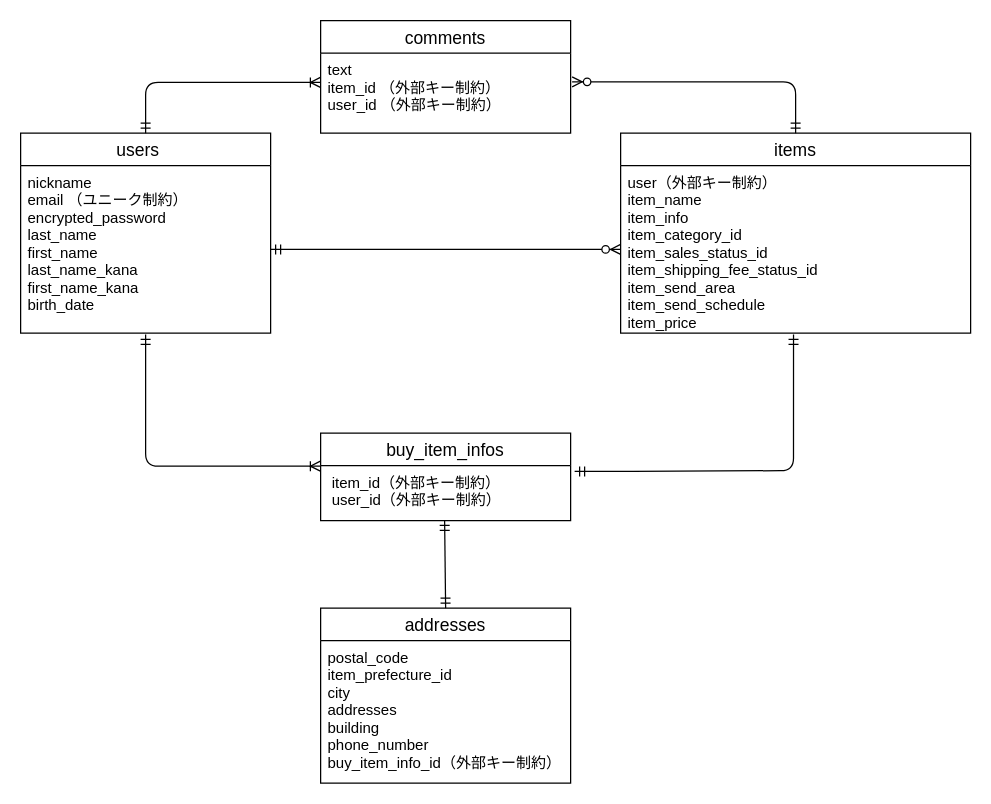
The draw.io diagram FURIMA.dio in tanabata000/furima-36875, before the edit. Source tidied: cells renumbered, new cells numbered last; positions are measured from the earlier drawing's top-left corner, leaving out a move shared by most shapes. Both pictures are drawn from the tidied source at 125%, with x=0, y=0 at pixel (20, 20).
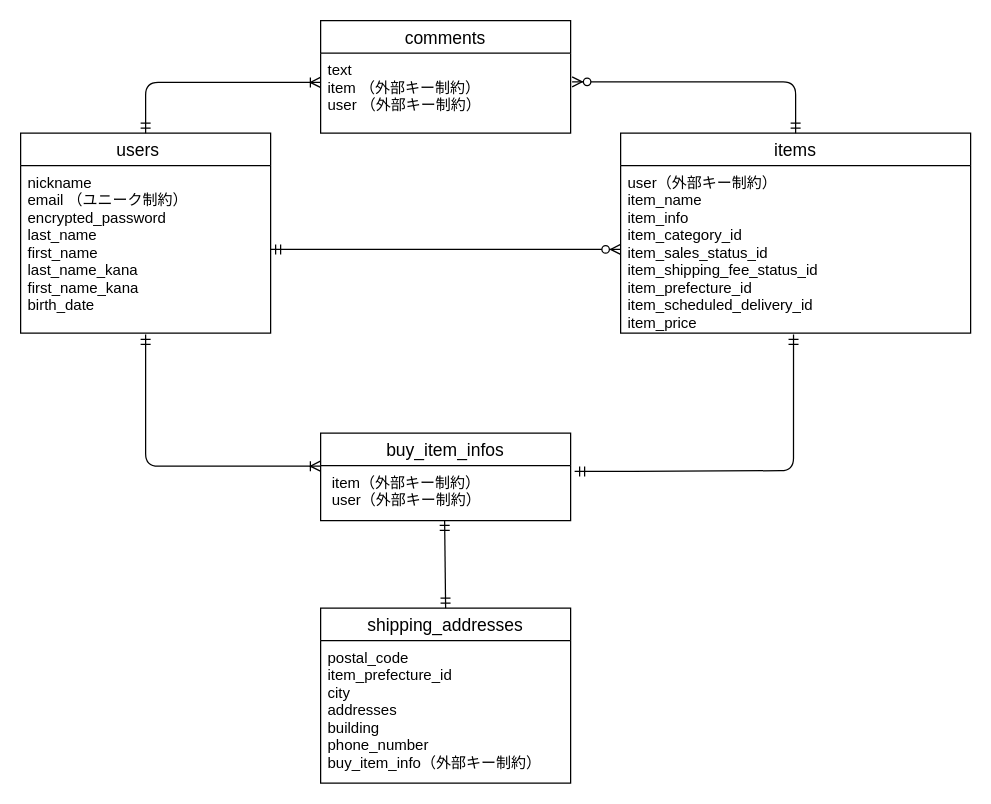
Above is the later version.

Commit message (it also covers changes not shown here):
テーブル設計（修正04）

外部キー制約でカラムをreferences型にすると
_idが自動的につく。
ActiveHashを使用する場合はinteger型で
_idを手動でつける必要がある

Unchanged cells that the change refers to:
```xml
<mxCell id="4" value="items" style="swimlane;fontStyle=0;horizontal=1;startSize=26;align=center;fontSize=14;" parent="1" vertex="1">
  <mxGeometry x="480" y="90" width="280" height="160" as="geometry" />
</mxCell>
<mxCell id="6" value="comments" style="swimlane;fontStyle=0;horizontal=1;startSize=26;align=center;fontSize=14;" parent="1" vertex="1">
  <mxGeometry x="240" width="200" height="90" as="geometry" />
</mxCell>
<mxCell id="10" value="buy_item_infos" style="swimlane;fontStyle=0;horizontal=1;startSize=26;align=center;fontSize=14;" parent="1" vertex="1">
  <mxGeometry x="240" y="330" width="200" height="70" as="geometry" />
</mxCell>
```

Change to the diagram source:
```diff
@@
-    <mxCell id="5" value="user（外部キー制約）&#10;item_name &#10;item_info&#10;item_category_id&#10;item_sales_status_id&#10;item_shipping_fee_status_id&#10;item_send_area &#10;item_send_schedule &#10;item_price&#10;" style="text;strokeColor=none;fillColor=none;spacingLeft=4;spacingRight=4;overflow=hidden;points=[[0,0.5],[1,0.5]];portConstraint=eastwest;fontSize=12;" parent="4" vertex="1">
+    <mxCell id="5" value="user（外部キー制約）&#10;item_name &#10;item_info&#10;item_category_id&#10;item_sales_status_id&#10;item_shipping_fee_status_id&#10;item_prefecture_id &#10;item_scheduled_delivery_id &#10;item_price&#10;" style="text;strokeColor=none;fillColor=none;spacingLeft=4;spacingRight=4;overflow=hidden;points=[[0,0.5],[1,0.5]];portConstraint=eastwest;fontSize=12;" parent="4" vertex="1">
       <mxGeometry y="26" width="280" height="134" as="geometry" />
     </mxCell>
@@
-    <mxCell id="7" value="text &#10;item_id （外部キー制約）&#10;user_id （外部キー制約）" style="text;strokeColor=none;fillColor=none;spacingLeft=4;spacingRight=4;overflow=hidden;points=[[0,0.5],[1,0.5]];portConstraint=eastwest;fontSize=12;" parent="6" vertex="1">
+    <mxCell id="7" value="text &#10;item （外部キー制約）&#10;user （外部キー制約）" style="text;strokeColor=none;fillColor=none;spacingLeft=4;spacingRight=4;overflow=hidden;points=[[0,0.5],[1,0.5]];portConstraint=eastwest;fontSize=12;" parent="6" vertex="1">
       <mxGeometry y="26" width="200" height="64" as="geometry" />
     </mxCell>
@@
-    <mxCell id="11" value=" item_id（外部キー制約）&#10; user_id（外部キー制約）" style="text;strokeColor=none;fillColor=none;spacingLeft=4;spacingRight=4;overflow=hidden;points=[[0,0.5],[1,0.5]];portConstraint=eastwest;fontSize=12;" parent="10" vertex="1">
+    <mxCell id="11" value=" item（外部キー制約）&#10; user（外部キー制約）" style="text;strokeColor=none;fillColor=none;spacingLeft=4;spacingRight=4;overflow=hidden;points=[[0,0.5],[1,0.5]];portConstraint=eastwest;fontSize=12;" parent="10" vertex="1">
       <mxGeometry y="26" width="200" height="44" as="geometry" />
     </mxCell>
-    <mxCell id="12" value="addresses" style="swimlane;fontStyle=0;horizontal=1;startSize=26;align=center;fontSize=14;" parent="1" vertex="1">
+    <mxCell id="12" value="shipping_addresses" style="swimlane;fontStyle=0;horizontal=1;startSize=26;align=center;fontSize=14;" parent="1" vertex="1">
       <mxGeometry x="240" y="470" width="200" height="140" as="geometry" />
     </mxCell>
-    <mxCell id="13" value="postal_code&#10;item_prefecture_id&#10;city&#10;addresses&#10;building&#10;phone_number&#10;buy_item_info_id（外部キー制約）" style="text;strokeColor=none;fillColor=none;spacingLeft=4;spacingRight=4;overflow=hidden;fontSize=12;" parent="12" vertex="1">
+    <mxCell id="13" value="postal_code&#10;item_prefecture_id&#10;city&#10;addresses&#10;building&#10;phone_number&#10;buy_item_info（外部キー制約）" style="text;strokeColor=none;fillColor=none;spacingLeft=4;spacingRight=4;overflow=hidden;fontSize=12;" parent="12" vertex="1">
       <mxGeometry y="26" width="200" height="114" as="geometry" />
     </mxCell>
```
